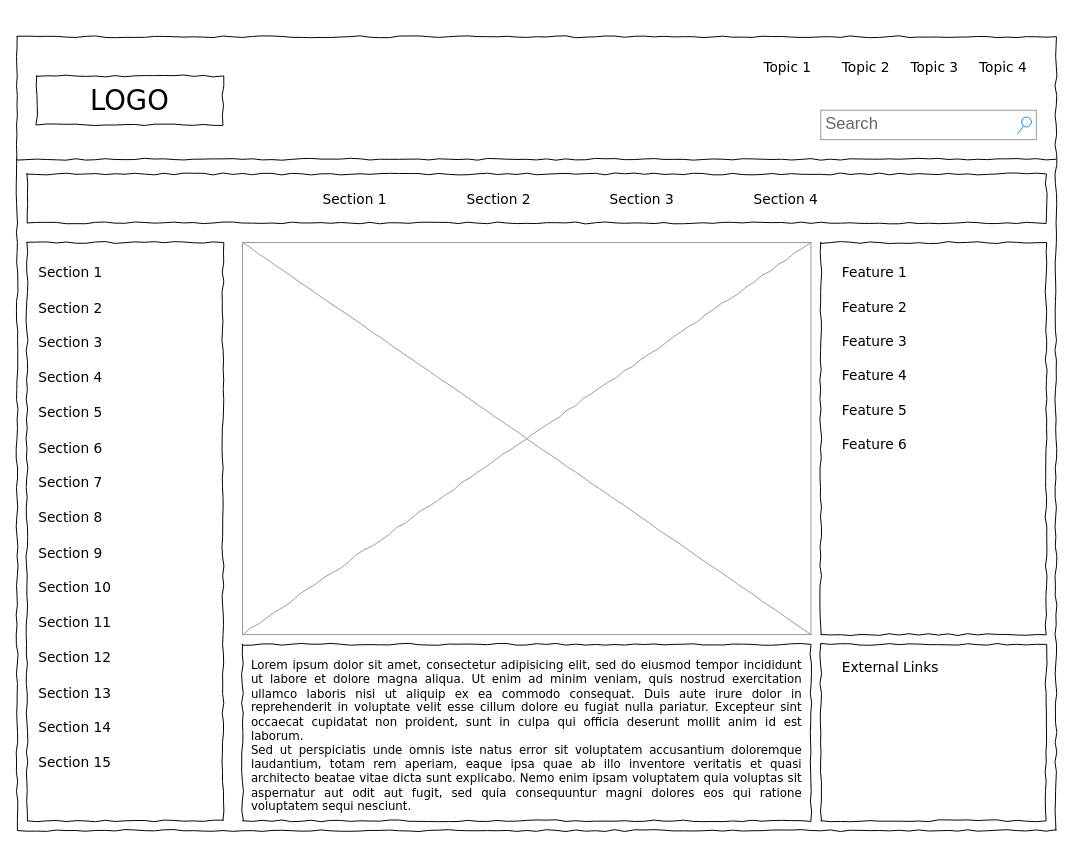
benjirules/benji keeps this draw.io diagram as page "Home Page" (1 of 5) of Untitled Diagram.drawio. Above is the earlier version. Source tidied: cells renumbered, new cells numbered last; positions are measured from the earlier drawing's top-left corner, leaving out a move shared by most shapes. Both pictures are drawn from the tidied source at 98%, with x=0, y=0 at pixel (17, 36).
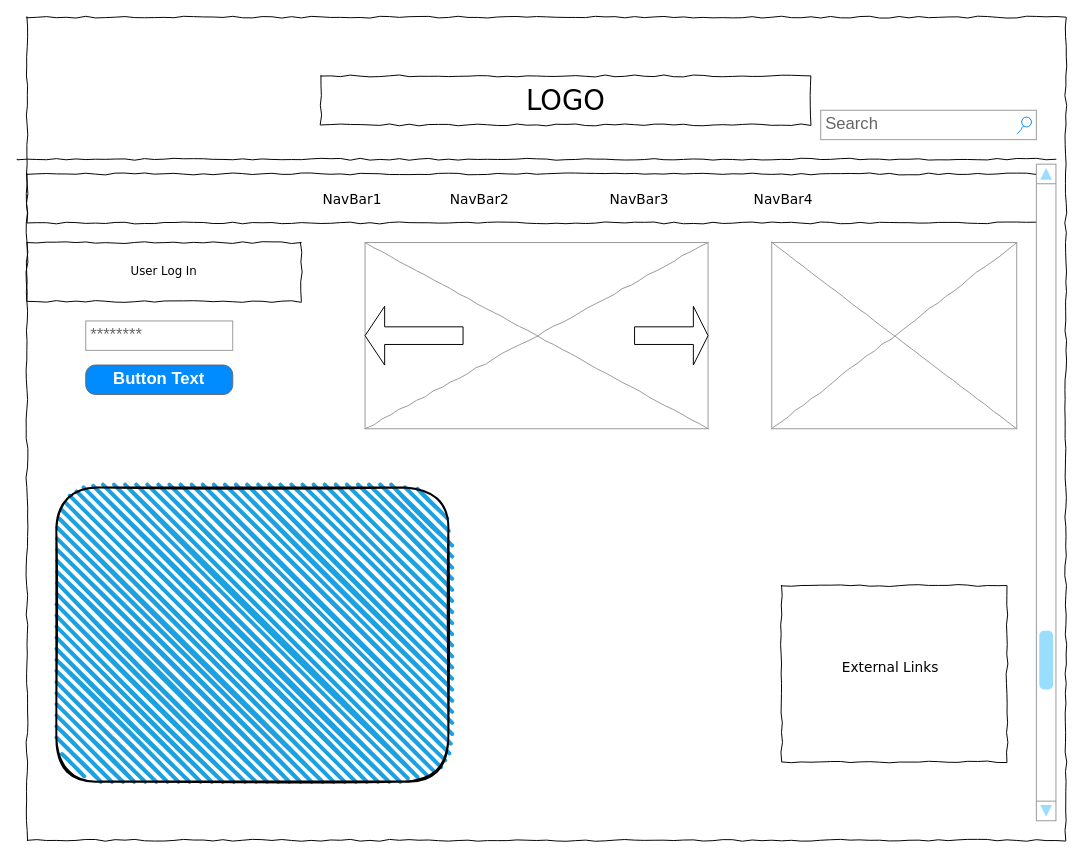
The same page after the edit.

What changed in the source:
```diff
@@
     <mxCell id="2" style="whiteSpace=wrap;html=1;rounded=0;shadow=0;labelBackgroundColor=none;strokeColor=#000000;strokeWidth=1;fillColor=none;fontFamily=Verdana;fontSize=12;fontColor=#000000;align=center;comic=1;" parent="1" vertex="1">
-      <mxGeometry width="1060" height="810" as="geometry" />
+      <mxGeometry x="10" y="-20" width="1060" height="840" as="geometry" />
     </mxCell>
     <mxCell id="3" value="LOGO" style="whiteSpace=wrap;html=1;rounded=0;shadow=0;labelBackgroundColor=none;strokeWidth=1;fontFamily=Verdana;fontSize=28;align=center;comic=1;" parent="1" vertex="1">
-      <mxGeometry x="20" y="40" width="190" height="50" as="geometry" />
+      <mxGeometry x="310" y="40" width="500" height="50" as="geometry" />
     </mxCell>
@@
-    <mxCell id="5" value="Topic 1" style="text;html=1;align=left;verticalAlign=top;spacingTop=-4;fontSize=14;fontFamily=Verdana;" parent="1" vertex="1">
-      <mxGeometry x="760" y="20" width="60" height="20" as="geometry" />
-    </mxCell>
-    <mxCell id="6" value="Topic 2" style="text;html=1;align=left;verticalAlign=top;spacingTop=-4;fontSize=14;fontFamily=Verdana;" parent="1" vertex="1">
-      <mxGeometry x="840" y="20" width="60" height="20" as="geometry" />
-    </mxCell>
-    <mxCell id="7" value="Topic 3" style="text;html=1;align=left;verticalAlign=top;spacingTop=-4;fontSize=14;fontFamily=Verdana;" parent="1" vertex="1">
-      <mxGeometry x="910" y="20" width="60" height="20" as="geometry" />
-    </mxCell>
-    <mxCell id="8" value="Topic 4" style="text;html=1;align=left;verticalAlign=top;spacingTop=-4;fontSize=14;fontFamily=Verdana;" parent="1" vertex="1">
-      <mxGeometry x="980" y="20" width="60" height="20" as="geometry" />
-    </mxCell>
-    <mxCell id="9" style="whiteSpace=wrap;html=1;rounded=0;shadow=0;labelBackgroundColor=none;strokeWidth=1;fillColor=none;fontFamily=Verdana;fontSize=12;align=center;comic=1;" parent="1" vertex="1">
-      <mxGeometry x="10" y="210" width="200" height="590" as="geometry" />
-    </mxCell>
@@
-    <mxCell id="12" value="Section 1" style="text;html=1;align=left;verticalAlign=top;spacingTop=-4;fontSize=14;fontFamily=Verdana;" parent="1" vertex="1">
+    <mxCell id="12" value="NavBar1" style="text;html=1;align=left;verticalAlign=top;spacingTop=-4;fontSize=14;fontFamily=Verdana;" parent="1" vertex="1">
       <mxGeometry x="310" y="155" width="60" height="20" as="geometry" />
     </mxCell>
-    <mxCell id="13" value="Section 2" style="text;html=1;align=left;verticalAlign=top;spacingTop=-4;fontSize=14;fontFamily=Verdana;" parent="1" vertex="1">
-      <mxGeometry x="457" y="155" width="60" height="20" as="geometry" />
+    <mxCell id="13" value="NavBar2" style="text;html=1;align=left;verticalAlign=top;spacingTop=-4;fontSize=14;fontFamily=Verdana;" parent="1" vertex="1">
+      <mxGeometry x="440" y="155" width="60" height="20" as="geometry" />
     </mxCell>
-    <mxCell id="14" value="Section 3" style="text;html=1;align=left;verticalAlign=top;spacingTop=-4;fontSize=14;fontFamily=Verdana;" parent="1" vertex="1">
+    <mxCell id="14" value="NavBar3" style="text;html=1;align=left;verticalAlign=top;spacingTop=-4;fontSize=14;fontFamily=Verdana;" parent="1" vertex="1">
       <mxGeometry x="603" y="155" width="60" height="20" as="geometry" />
     </mxCell>
-    <mxCell id="15" value="Section 4" style="text;html=1;align=left;verticalAlign=top;spacingTop=-4;fontSize=14;fontFamily=Verdana;" parent="1" vertex="1">
+    <mxCell id="15" value="NavBar4" style="text;html=1;align=left;verticalAlign=top;spacingTop=-4;fontSize=14;fontFamily=Verdana;" parent="1" vertex="1">
       <mxGeometry x="750" y="155" width="60" height="20" as="geometry" />
     </mxCell>
-    <mxCell id="16" value="&lt;div style=&quot;text-align: justify&quot;&gt;&lt;span&gt;Lorem ipsum dolor sit amet, consectetur adipisicing elit, sed do eiusmod tempor incididunt ut labore et dolore magna aliqua. Ut enim ad minim veniam, quis nostrud exercitation ullamco laboris nisi ut aliquip ex ea commodo consequat. Duis aute irure dolor in reprehenderit in voluptate velit esse cillum dolore eu fugiat nulla pariatur. Excepteur sint occaecat cupidatat non proident, sunt in culpa qui officia deserunt mollit anim id est laborum.&lt;/span&gt;&lt;/div&gt;&lt;div style=&quot;text-align: justify&quot;&gt;&lt;span&gt;Sed ut perspiciatis unde omnis iste natus error sit voluptatem accusantium doloremque laudantium, totam rem aperiam, eaque ipsa quae ab illo inventore veritatis et quasi architecto beatae vitae dicta sunt explicabo. Nemo enim ipsam voluptatem quia voluptas sit aspernatur aut odit aut fugit, sed quia consequuntur magni dolores eos qui ratione voluptatem sequi nesciunt.&amp;nbsp;&lt;/span&gt;&lt;/div&gt;" style="whiteSpace=wrap;html=1;rounded=0;shadow=0;labelBackgroundColor=none;strokeWidth=1;fillColor=none;fontFamily=Verdana;fontSize=12;align=center;verticalAlign=top;spacing=10;comic=1;" parent="1" vertex="1">
-      <mxGeometry x="230" y="620" width="580" height="180" as="geometry" />
-    </mxCell>
     <mxCell id="17" style="verticalLabelPosition=bottom;shadow=0;dashed=0;align=center;html=1;verticalAlign=top;strokeWidth=1;shape=mxgraph.mockup.graphics.simpleIcon;strokeColor=#999999;rounded=0;labelBackgroundColor=none;fontFamily=Verdana;fontSize=14;fontColor=#000000;comic=1;" parent="1" vertex="1">
-      <mxGeometry x="230" y="210" width="580" height="400" as="geometry" />
+      <mxGeometry x="355" y="210" width="350" height="190" as="geometry" />
     </mxCell>
-    <mxCell id="18" style="whiteSpace=wrap;html=1;rounded=0;shadow=0;labelBackgroundColor=none;strokeWidth=1;fillColor=none;fontFamily=Verdana;fontSize=12;align=center;comic=1;" parent="1" vertex="1">
-      <mxGeometry x="820" y="210" width="230" height="400" as="geometry" />
-    </mxCell>
     <mxCell id="19" style="whiteSpace=wrap;html=1;rounded=0;shadow=0;labelBackgroundColor=none;strokeWidth=1;fillColor=none;fontFamily=Verdana;fontSize=12;align=center;comic=1;" parent="1" vertex="1">
-      <mxGeometry x="820" y="620" width="230" height="180" as="geometry" />
+      <mxGeometry x="780" y="560" width="230" height="180" as="geometry" />
     </mxCell>
-    <mxCell id="20" value="Section 1" style="text;html=1;align=left;verticalAlign=top;spacingTop=-4;fontSize=14;fontFamily=Verdana;" parent="1" vertex="1">
-      <mxGeometry x="20" y="230" width="170" height="20" as="geometry" />
-    </mxCell>
-    <mxCell id="21" value="Section 2" style="text;html=1;align=left;verticalAlign=top;spacingTop=-4;fontSize=14;fontFamily=Verdana;" parent="1" vertex="1">
-      <mxGeometry x="20" y="266" width="170" height="20" as="geometry" />
-    </mxCell>
-    <mxCell id="22" value="Section 3" style="text;html=1;align=left;verticalAlign=top;spacingTop=-4;fontSize=14;fontFamily=Verdana;" parent="1" vertex="1">
-      <mxGeometry x="20" y="301" width="170" height="20" as="geometry" />
-    </mxCell>
-    <mxCell id="23" value="Section 4" style="text;html=1;align=left;verticalAlign=top;spacingTop=-4;fontSize=14;fontFamily=Verdana;" parent="1" vertex="1">
-      <mxGeometry x="20" y="337" width="170" height="20" as="geometry" />
-    </mxCell>
-    <mxCell id="24" value="Section 7" style="text;html=1;align=left;verticalAlign=top;spacingTop=-4;fontSize=14;fontFamily=Verdana;" parent="1" vertex="1">
-      <mxGeometry x="20" y="444" width="170" height="20" as="geometry" />
-    </mxCell>
-    <mxCell id="25" value="Section 8" style="text;html=1;align=left;verticalAlign=top;spacingTop=-4;fontSize=14;fontFamily=Verdana;" parent="1" vertex="1">
-      <mxGeometry x="20" y="480" width="170" height="20" as="geometry" />
-    </mxCell>
-    <mxCell id="26" value="Section 9" style="text;html=1;align=left;verticalAlign=top;spacingTop=-4;fontSize=14;fontFamily=Verdana;" parent="1" vertex="1">
-      <mxGeometry x="20" y="516" width="170" height="20" as="geometry" />
-    </mxCell>
-    <mxCell id="27" value="Section 10" style="text;html=1;align=left;verticalAlign=top;spacingTop=-4;fontSize=14;fontFamily=Verdana;" parent="1" vertex="1">
-      <mxGeometry x="20" y="551" width="170" height="20" as="geometry" />
-    </mxCell>
-    <mxCell id="28" value="Section 11" style="text;html=1;align=left;verticalAlign=top;spacingTop=-4;fontSize=14;fontFamily=Verdana;" parent="1" vertex="1">
-      <mxGeometry x="20" y="587" width="170" height="20" as="geometry" />
-    </mxCell>
-    <mxCell id="29" value="Section 12" style="text;html=1;align=left;verticalAlign=top;spacingTop=-4;fontSize=14;fontFamily=Verdana;" parent="1" vertex="1">
-      <mxGeometry x="20" y="623" width="170" height="20" as="geometry" />
-    </mxCell>
-    <mxCell id="30" value="Section 13" style="text;html=1;align=left;verticalAlign=top;spacingTop=-4;fontSize=14;fontFamily=Verdana;" parent="1" vertex="1">
-      <mxGeometry x="20" y="659" width="170" height="20" as="geometry" />
-    </mxCell>
-    <mxCell id="31" value="Section 14" style="text;html=1;align=left;verticalAlign=top;spacingTop=-4;fontSize=14;fontFamily=Verdana;" parent="1" vertex="1">
-      <mxGeometry x="20" y="694" width="170" height="20" as="geometry" />
-    </mxCell>
-    <mxCell id="32" value="Section 5" style="text;html=1;align=left;verticalAlign=top;spacingTop=-4;fontSize=14;fontFamily=Verdana;" parent="1" vertex="1">
-      <mxGeometry x="20" y="373" width="170" height="20" as="geometry" />
-    </mxCell>
-    <mxCell id="33" value="Section 6" style="text;html=1;align=left;verticalAlign=top;spacingTop=-4;fontSize=14;fontFamily=Verdana;" parent="1" vertex="1">
-      <mxGeometry x="20" y="409" width="170" height="20" as="geometry" />
-    </mxCell>
-    <mxCell id="34" value="Section 15" style="text;html=1;align=left;verticalAlign=top;spacingTop=-4;fontSize=14;fontFamily=Verdana;" parent="1" vertex="1">
-      <mxGeometry x="20" y="730" width="170" height="20" as="geometry" />
-    </mxCell>
@@
-    <mxCell id="36" value="Feature 1" style="text;html=1;align=left;verticalAlign=top;spacingTop=-4;fontSize=14;fontFamily=Verdana;" parent="1" vertex="1">
-      <mxGeometry x="840" y="230" width="170" height="20" as="geometry" />
-    </mxCell>
-    <mxCell id="37" value="Feature 2" style="text;html=1;align=left;verticalAlign=top;spacingTop=-4;fontSize=14;fontFamily=Verdana;" parent="1" vertex="1">
-      <mxGeometry x="840" y="265" width="170" height="20" as="geometry" />
-    </mxCell>
-    <mxCell id="38" value="Feature 3" style="text;html=1;align=left;verticalAlign=top;spacingTop=-4;fontSize=14;fontFamily=Verdana;" parent="1" vertex="1">
-      <mxGeometry x="840" y="300" width="170" height="20" as="geometry" />
-    </mxCell>
-    <mxCell id="39" value="Feature 4" style="text;html=1;align=left;verticalAlign=top;spacingTop=-4;fontSize=14;fontFamily=Verdana;" parent="1" vertex="1">
-      <mxGeometry x="840" y="335" width="170" height="20" as="geometry" />
-    </mxCell>
-    <mxCell id="40" value="Feature 5" style="text;html=1;align=left;verticalAlign=top;spacingTop=-4;fontSize=14;fontFamily=Verdana;" parent="1" vertex="1">
-      <mxGeometry x="840" y="370" width="170" height="20" as="geometry" />
-    </mxCell>
-    <mxCell id="41" value="Feature 6" style="text;html=1;align=left;verticalAlign=top;spacingTop=-4;fontSize=14;fontFamily=Verdana;" parent="1" vertex="1">
-      <mxGeometry x="840" y="405" width="170" height="20" as="geometry" />
-    </mxCell>
+    <mxCell id="42" value="Button Text" style="strokeWidth=1;shadow=0;dashed=0;align=center;html=1;shape=mxgraph.mockup.buttons.button;strokeColor=#666666;fontColor=#ffffff;mainText=;buttonStyle=round;fontSize=17;fontStyle=1;fillColor=#008cff;whiteSpace=wrap;" parent="1" vertex="1">
+      <mxGeometry x="70" y="335" width="150" height="30" as="geometry" />
+    </mxCell>
+    <mxCell id="43" style="verticalLabelPosition=bottom;shadow=0;dashed=0;align=center;html=1;verticalAlign=top;strokeWidth=1;shape=mxgraph.mockup.navigation.scrollBar;strokeColor=#999999;barPos=20;fillColor2=#99ddff;strokeColor2=none;direction=north;" parent="1" vertex="1">
+      <mxGeometry x="1040" y="130" width="20" height="670" as="geometry" />
+    </mxCell>
+    <mxCell id="44" style="shape=singleArrow;whiteSpace=wrap;html=1;" parent="1" vertex="1">
+      <mxGeometry x="630" y="275" width="75" height="60" as="geometry" />
+    </mxCell>
+    <mxCell id="45" style="shape=singleArrow;direction=west;whiteSpace=wrap;html=1;" parent="1" vertex="1">
+      <mxGeometry x="355" y="275" width="100" height="60" as="geometry" />
+    </mxCell>
+    <mxCell id="46" value="User Log In" style="whiteSpace=wrap;html=1;rounded=0;shadow=0;labelBackgroundColor=none;strokeColor=#000000;strokeWidth=1;fillColor=none;fontFamily=Verdana;fontSize=12;fontColor=#000000;align=center;comic=1;" parent="1" vertex="1">
+      <mxGeometry x="10" y="210" width="280" height="60" as="geometry" />
+    </mxCell>
+    <mxCell id="47" style="verticalLabelPosition=bottom;shadow=0;dashed=0;align=center;html=1;verticalAlign=top;strokeWidth=1;shape=mxgraph.mockup.graphics.simpleIcon;strokeColor=#999999;rounded=0;labelBackgroundColor=none;fontFamily=Verdana;fontSize=14;fontColor=#000000;comic=1;" parent="1" vertex="1">
+      <mxGeometry x="770" y="210" width="250" height="190" as="geometry" />
+    </mxCell>
+    <mxCell id="48" value="********" style="strokeWidth=1;shadow=0;dashed=0;align=center;html=1;shape=mxgraph.mockup.forms.pwField;strokeColor=#999999;mainText=;align=left;fontColor=#666666;fontSize=17;spacingLeft=3;" parent="1" vertex="1">
+      <mxGeometry x="70" y="290" width="150" height="30" as="geometry" />
+    </mxCell>
+    <mxCell id="49" style="rounded=1;whiteSpace=wrap;html=1;strokeWidth=2;fillWeight=4;hachureGap=8;hachureAngle=45;fillColor=#1ba1e2;sketch=1;" parent="1" vertex="1">
+      <mxGeometry x="40" y="460" width="400" height="300" as="geometry" />
+    </mxCell>
```
